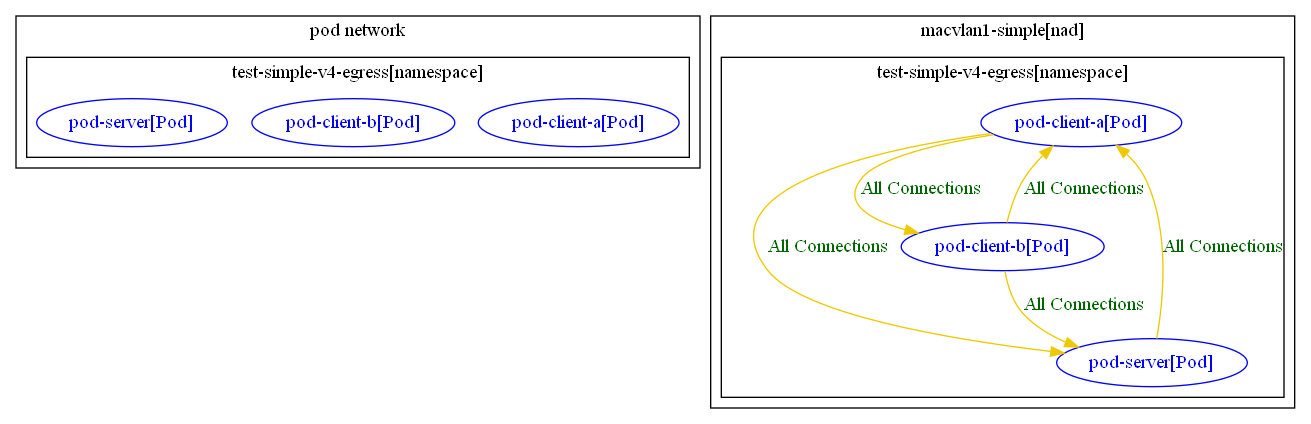
Above: test_outputs/connlist/nad_test_5_connlist_output.dot.png in np-guard/netpol-analyzer (Graphviz), before the change. Its source is kept beside it as test_outputs/connlist/nad_test_5_connlist_output.dot.
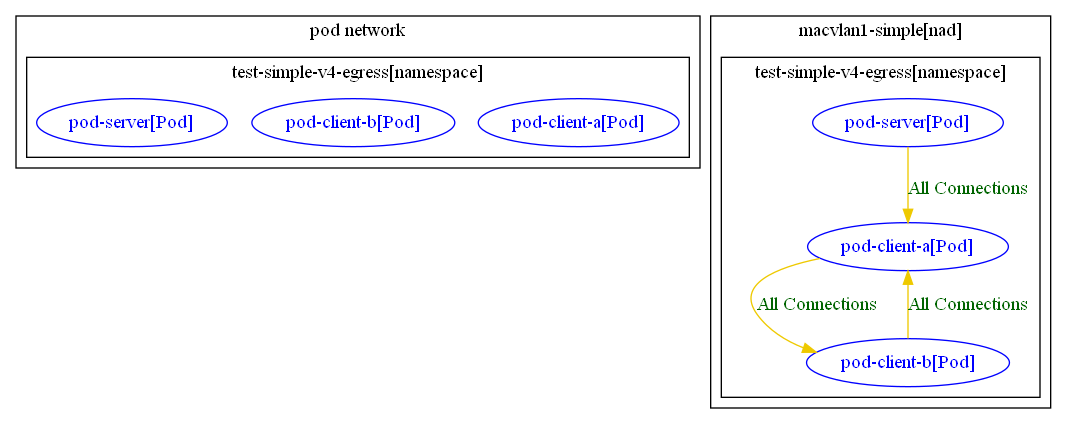
After the commit.

Diff of the diagram source:
```diff
@@ -22,8 +22,6 @@
 	}
 	}
 	"test-simple-v4-egress/pod-client-a[Pod]macvlan1-simple" -> "test-simple-v4-egress/pod-client-b[Pod]macvlan1-simple" [label="All Connections" color="gold2" fontcolor="darkgreen" weight=0.5]
-	"test-simple-v4-egress/pod-client-a[Pod]macvlan1-simple" -> "test-simple-v4-egress/pod-server[Pod]macvlan1-simple" [label="All Connections" color="gold2" fontcolor="darkgreen" weight=0.5]
 	"test-simple-v4-egress/pod-client-b[Pod]macvlan1-simple" -> "test-simple-v4-egress/pod-client-a[Pod]macvlan1-simple" [label="All Connections" color="gold2" fontcolor="darkgreen" weight=1]
-	"test-simple-v4-egress/pod-client-b[Pod]macvlan1-simple" -> "test-simple-v4-egress/pod-server[Pod]macvlan1-simple" [label="All Connections" color="gold2" fontcolor="darkgreen" weight=0.5]
 	"test-simple-v4-egress/pod-server[Pod]macvlan1-simple" -> "test-simple-v4-egress/pod-client-a[Pod]macvlan1-simple" [label="All Connections" color="gold2" fontcolor="darkgreen" weight=1]
 }
```
